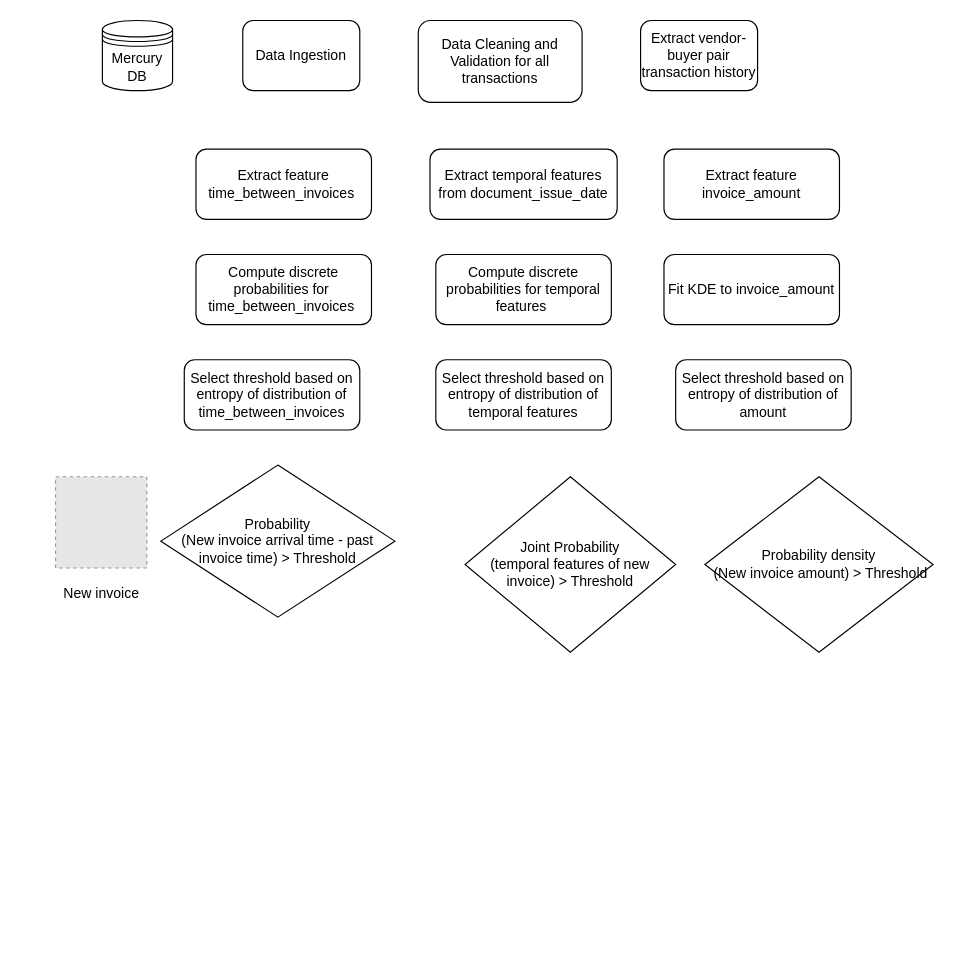
sjster/draw.io keeps this draw.io diagram as Untitled Diagram.drawio. Above is the earlier version. Source tidied: cells renumbered, new cells numbered last; positions are measured from the earlier drawing's top-left corner, leaving out a move shared by most shapes. Both pictures are drawn from the tidied source at 117%, with x=0, y=0 at pixel (48, 20). Pictures stored in the file or linked from it are replaced by grey dashed boxes.
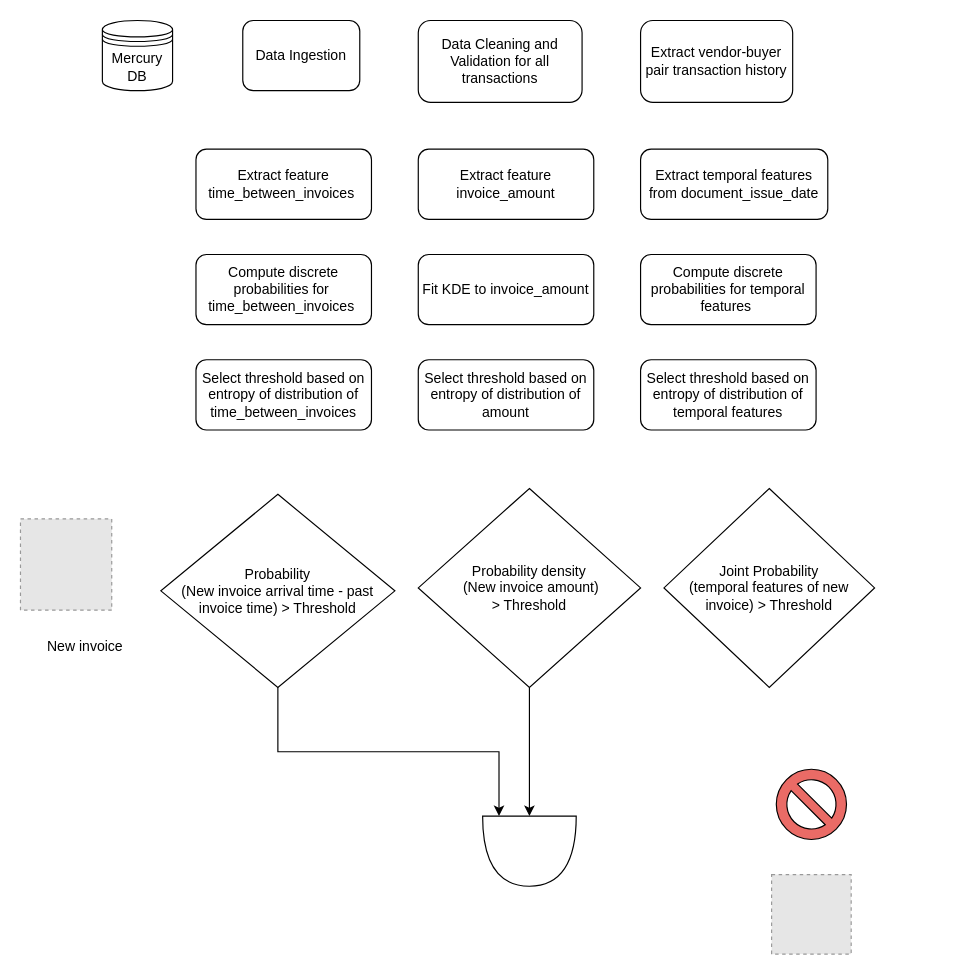
The same page after the edit.

The edit, as a diff of the source:
```diff
@@
     <mxCell id="5" value="Extract vendor-buyer pair transaction history" style="rounded=1;whiteSpace=wrap;html=1;" parent="1" vertex="1">
-      <mxGeometry x="506" width="100" height="60" as="geometry" />
+      <mxGeometry x="506" width="130" height="70" as="geometry" />
     </mxCell>
@@
     <mxCell id="7" value="Extract temporal features from document_issue_date" style="rounded=1;whiteSpace=wrap;html=1;" parent="1" vertex="1">
-      <mxGeometry x="326" y="110" width="160" height="60" as="geometry" />
+      <mxGeometry x="506" y="110" width="160" height="60" as="geometry" />
     </mxCell>
     <mxCell id="8" value="Fit KDE to invoice_amount" style="rounded=1;whiteSpace=wrap;html=1;" parent="1" vertex="1">
-      <mxGeometry x="526" y="200" width="150" height="60" as="geometry" />
+      <mxGeometry x="316" y="200" width="150" height="60" as="geometry" />
     </mxCell>
     <mxCell id="9" value="Extract feature invoice_amount" style="rounded=1;whiteSpace=wrap;html=1;" parent="1" vertex="1">
-      <mxGeometry x="526" y="110" width="150" height="60" as="geometry" />
+      <mxGeometry x="316" y="110" width="150" height="60" as="geometry" />
     </mxCell>
@@
     <mxCell id="11" value="Compute discrete probabilities for temporal features&amp;nbsp;" style="rounded=1;whiteSpace=wrap;html=1;" parent="1" vertex="1">
-      <mxGeometry x="331" y="200" width="150" height="60" as="geometry" />
+      <mxGeometry x="506" y="200" width="150" height="60" as="geometry" />
     </mxCell>
     <mxCell id="12" value="Select threshold based on entropy of distribution of time_between_invoices" style="rounded=1;whiteSpace=wrap;html=1;" parent="1" vertex="1">
-      <mxGeometry x="116" y="290" width="150" height="60" as="geometry" />
+      <mxGeometry x="126" y="290" width="150" height="60" as="geometry" />
     </mxCell>
     <mxCell id="13" value="Select threshold based on entropy of distribution of temporal features" style="rounded=1;whiteSpace=wrap;html=1;" parent="1" vertex="1">
-      <mxGeometry x="331" y="290" width="150" height="60" as="geometry" />
+      <mxGeometry x="506" y="290" width="150" height="60" as="geometry" />
     </mxCell>
     <mxCell id="14" value="Select threshold based on entropy of distribution of amount" style="rounded=1;whiteSpace=wrap;html=1;" parent="1" vertex="1">
-      <mxGeometry x="536" y="290" width="150" height="60" as="geometry" />
+      <mxGeometry x="316" y="290" width="150" height="60" as="geometry" />
     </mxCell>
+    <mxCell id="20" style="edgeStyle=orthogonalEdgeStyle;rounded=0;jettySize=auto;html=1;exitX=0.5;exitY=1;exitDx=0;exitDy=0;entryX=0;entryY=0.825;entryDx=0;entryDy=0;entryPerimeter=0;" parent="1" edge="1" source="15" target="23">
+      <mxGeometry relative="1" as="geometry" />
+    </mxCell>
     <mxCell id="15" value="Probability&lt;br&gt;(New invoice arrival time - past invoice time) &amp;gt; Threshold" style="rhombus;whiteSpace=wrap;html=1;" parent="1" vertex="1">
-      <mxGeometry x="96" y="380" width="200" height="130" as="geometry" />
+      <mxGeometry x="96" y="405" width="200" height="165" as="geometry" />
     </mxCell>
     <mxCell id="16" value="Joint Probability&lt;br&gt;(temporal features of new invoice) &amp;gt; Threshold" style="rhombus;whiteSpace=wrap;html=1;" parent="1" vertex="1">
-      <mxGeometry x="356" y="390" width="180" height="150" as="geometry" />
+      <mxGeometry x="526" y="400" width="180" height="170" as="geometry" />
     </mxCell>
+    <mxCell id="21" style="edgeStyle=orthogonalEdgeStyle;rounded=0;jettySize=auto;html=1;exitX=0.5;exitY=1;exitDx=0;exitDy=0;entryX=0;entryY=0.5;entryDx=0;entryDy=0;entryPerimeter=0;" parent="1" edge="1" source="17" target="23">
+      <mxGeometry relative="1" as="geometry" />
+    </mxCell>
-    <mxCell id="17" value="Probability density&lt;br&gt;&amp;nbsp;(New invoice amount) &amp;gt; Threshold" style="rhombus;whiteSpace=wrap;html=1;" parent="1" vertex="1">
-      <mxGeometry x="561" y="390" width="195" height="150" as="geometry" />
+    <mxCell id="17" value="Probability density&lt;br&gt;&amp;nbsp;(New invoice amount) &lt;br&gt;&amp;gt; Threshold" style="rhombus;whiteSpace=wrap;html=1;" parent="1" vertex="1">
+      <mxGeometry x="316" y="400" width="190" height="170" as="geometry" />
     </mxCell>
     <mxCell id="18" style="fillColor=#E6E6E6;strokeColor=#999999;dashed=1;html=1;verticalAlign=top;verticalLabelPosition=bottom;labelBackgroundColor=#ffffff;" parent="1" vertex="1">
-      <mxGeometry x="6" y="390" width="78" height="78" as="geometry" />
+      <mxGeometry x="-24" y="426" width="78" height="78" as="geometry" />
     </mxCell>
     <mxCell id="19" value="New invoice" style="text;html=1;align=center;verticalAlign=middle;strokeColor=none;fillColor=none;" parent="1" vertex="1">
-      <mxGeometry y="475" width="90" height="30" as="geometry" />
+      <mxGeometry x="-14" y="520" width="90" height="30" as="geometry" />
     </mxCell>
+    <mxCell id="22" style="edgeStyle=orthogonalEdgeStyle;rounded=0;orthogonalLoop=1;jettySize=auto;html=1;exitX=0.5;exitY=1;exitDx=0;exitDy=0;" parent="1" edge="1" source="17" target="17">
+      <mxGeometry relative="1" as="geometry" />
+    </mxCell>
+    <mxCell id="23" style="shape=or;whiteSpace=wrap;html=1;direction=south;" parent="1" vertex="1">
+      <mxGeometry x="371" y="680" width="80" height="60" as="geometry" />
+    </mxCell>
+    <mxCell id="24" style="verticalLabelPosition=bottom;verticalAlign=top;html=1;shape=mxgraph.basic.no_symbol;fillColor=#EA6B66;" parent="1" vertex="1">
+      <mxGeometry x="622" y="640" width="60" height="60" as="geometry" />
+    </mxCell>
+    <mxCell id="25" style="fillColor=#E6E6E6;strokeColor=#999999;dashed=1;html=1;verticalAlign=top;verticalLabelPosition=bottom;labelBackgroundColor=#ffffff;" parent="1" vertex="1">
+      <mxGeometry x="618" y="730" width="68" height="68" as="geometry" />
+    </mxCell>
```
